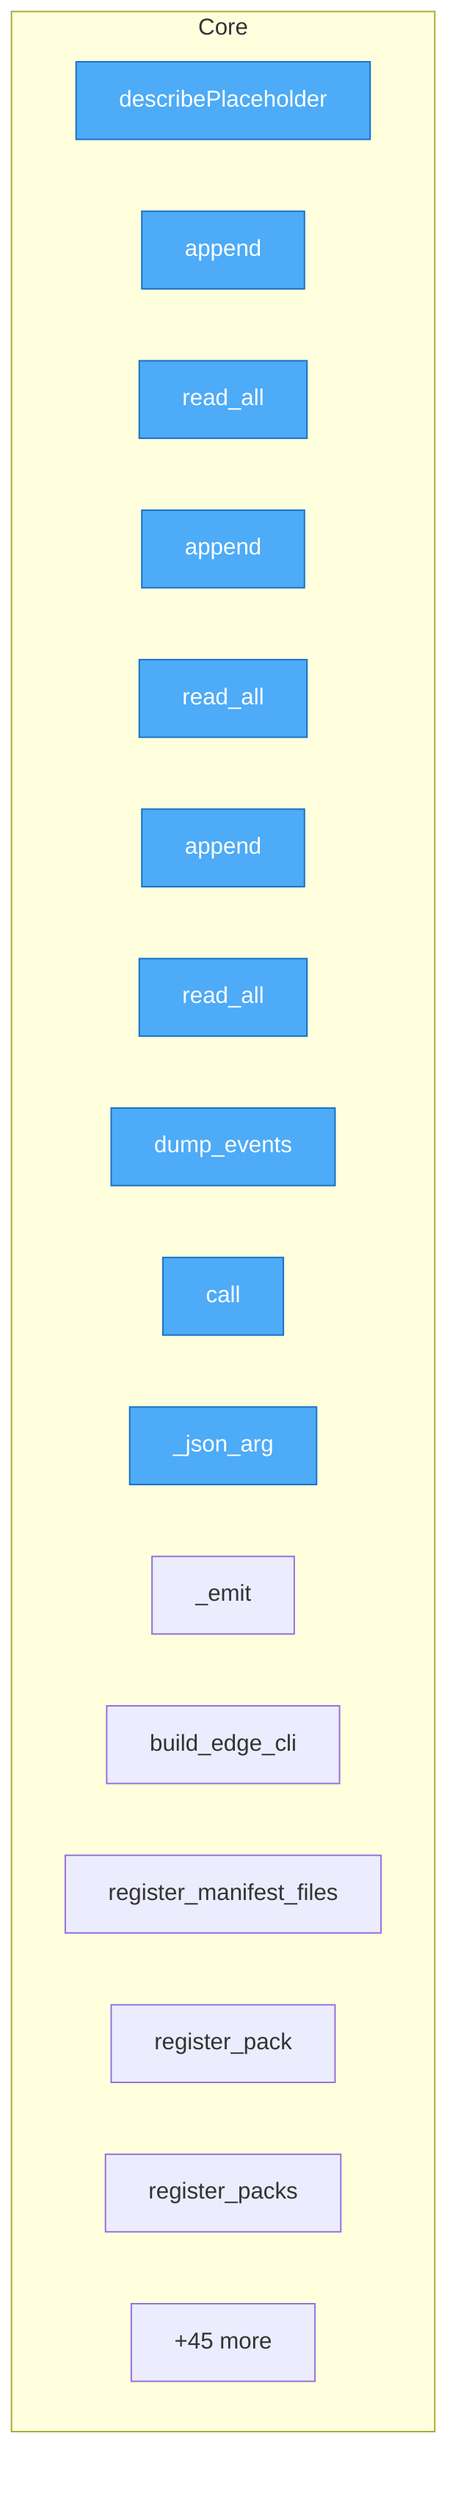
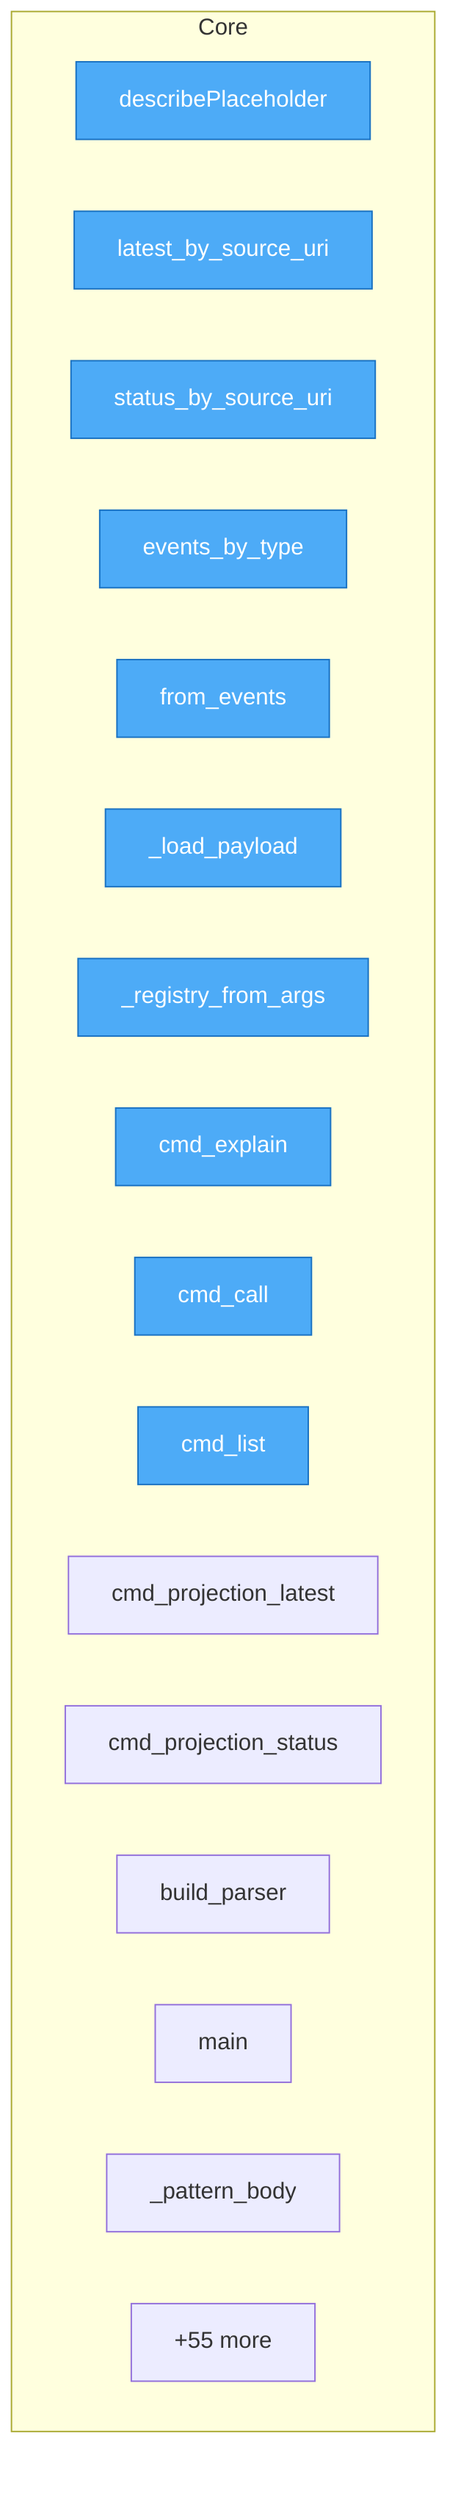
flowchart TD
%% generated in 0.00s

    %% Entry points (blue)
    classDef entry fill:#4dabf7,stroke:#1971c2,color:#fff

    subgraph Core
        core__php__UriControl__src__UriControl__UriControl__UriControl__describePlaceholder["describePlaceholder"]
-         core__python__uri_control__event_store__EventStore__append["append"]
-         core__python__uri_control__event_store__EventStore__read_all["read_all"]
-         core__python__uri_control__event_store__InMemoryEventStore__append["append"]
-         core__python__uri_control__event_store__InMemoryEventStore__read_all["read_all"]
-         core__python__uri_control__event_store__JsonlEventStore__append["append"]
-         core__python__uri_control__event_store__JsonlEventStore__read_all["read_all"]
-         core__python__uri_control__event_store__dump_events["dump_events"]
-         core__python__uri_control__dispatcher__UriControlRuntime__call["call"]
-         core__python__uri_control__edge__cli___json_arg["_json_arg"]
-         core__python__uri_control__edge__cli___emit["_emit"]
-         core__python__uri_control__edge__cli__build_edge_cli["build_edge_cli"]
-         core__python__uri_control__edge__manifest__register_manifest_files["register_manifest_files"]
-         core__python__uri_control__edge__compose__register_pack["register_pack"]
-         core__python__uri_control__edge__compose__register_packs["register_packs"]
-         ...["+45 more"]
+         core__python__uri_control__projection__ProjectionBuilder__latest_by_source_uri["latest_by_source_uri"]
+         core__python__uri_control__projection__ProjectionBuilder__status_by_source_uri["status_by_source_uri"]
+         core__python__uri_control__projection__ProjectionBuilder__events_by_type["events_by_type"]
+         core__python__uri_control__projection__ProjectionBuilder__from_events["from_events"]
+         core__python__uri_control__cli___load_payload["_load_payload"]
+         core__python__uri_control__cli___registry_from_args["_registry_from_args"]
+         core__python__uri_control__cli__cmd_explain["cmd_explain"]
+         core__python__uri_control__cli__cmd_call["cmd_call"]
+         core__python__uri_control__cli__cmd_list["cmd_list"]
+         core__python__uri_control__cli__cmd_projection_latest["cmd_projection_latest"]
+         core__python__uri_control__cli__cmd_projection_status["cmd_projection_status"]
+         core__python__uri_control__cli__build_parser["build_parser"]
+         core__python__uri_control__cli__main["main"]
+         core__python__uri_control__registry___pattern_body["_pattern_body"]
+         ...["+55 more"]
    end

-     class core__php__UriControl__src__UriControl__UriControl__UriControl__describePlaceholder,core__python__uri_control__event_store__EventStore__append,core__python__uri_control__event_store__EventStore__read_all,core__python__uri_control__event_store__InMemoryEventStore__append,core__python__uri_control__event_store__InMemoryEventStore__read_all,core__python__uri_control__event_store__JsonlEventStore__append,core__python__uri_control__event_store__JsonlEventStore__read_all,core__python__uri_control__event_store__dump_events,core__python__uri_control__dispatcher__UriControlRuntime__call,core__python__uri_control__edge__cli___json_arg entry
+     class core__php__UriControl__src__UriControl__UriControl__UriControl__describePlaceholder,core__python__uri_control__projection__ProjectionBuilder__latest_by_source_uri,core__python__uri_control__projection__ProjectionBuilder__status_by_source_uri,core__python__uri_control__projection__ProjectionBuilder__events_by_type,core__python__uri_control__projection__ProjectionBuilder__from_events,core__python__uri_control__cli___load_payload,core__python__uri_control__cli___registry_from_args,core__python__uri_control__cli__cmd_explain,core__python__uri_control__cli__cmd_call,core__python__uri_control__cli__cmd_list entry
